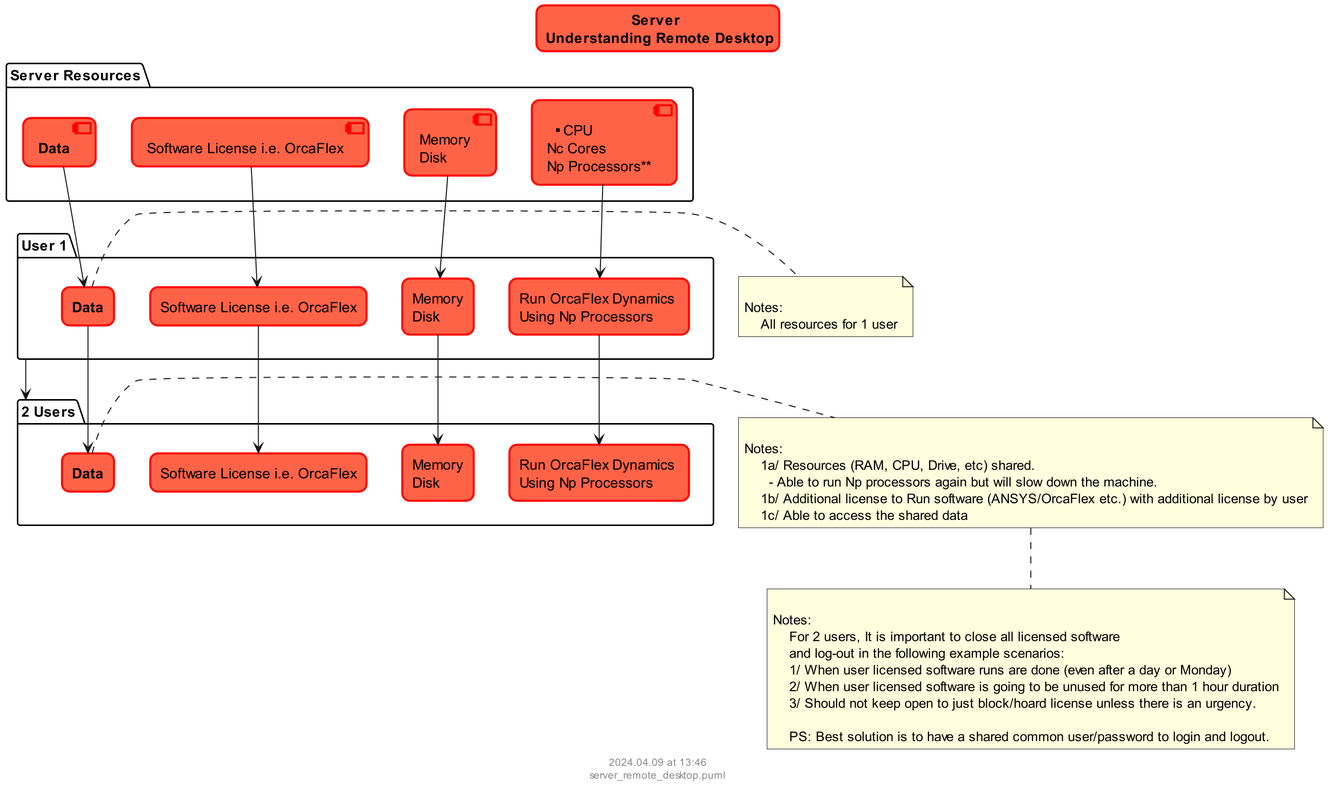
The PlantUML diagram docs/sub_hardware/server_remote_desktop.png in vamseeachanta/utilities, before a commit.
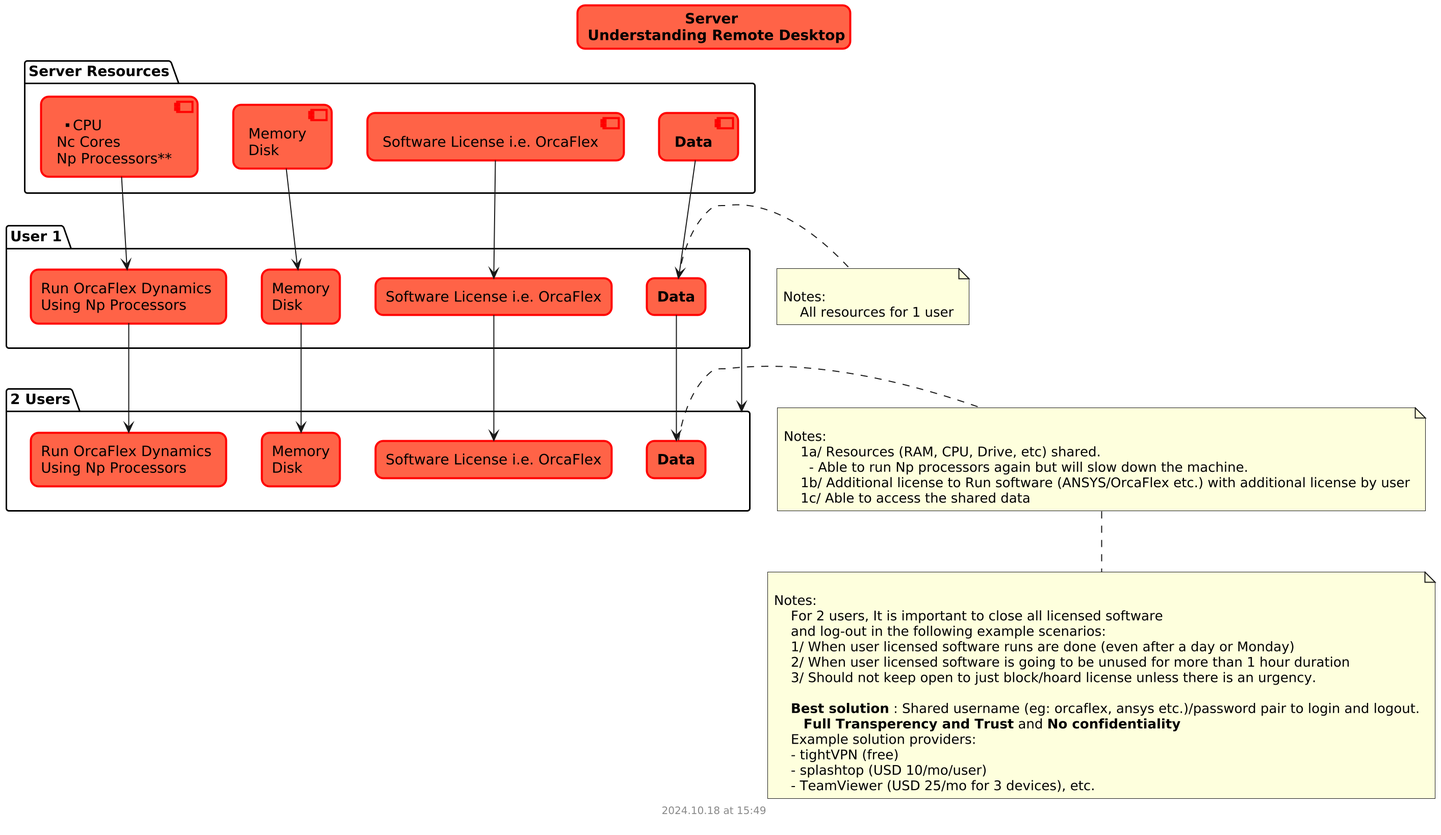
After the commit.

Diff of the diagram source:
```diff
@@ -1,5 +1,4 @@
-@startuml server_remote_desktop
-
+@startuml
 scale 2
 skinparam titleBorderRoundCorner 15
 skinparam titleBorderThickness 2
@@ -65,7 +64,12 @@
         2/ When user licensed software is going to be unused for more than 1 hour duration
         3/ Should not keep open to just block/hoard license unless there is an urgency.
 
-        PS: Best solution is to have a shared common user/password to login and logout.
+        **Best solution** : Shared username (eg: orcaflex, ansys etc.)/password pair to login and logout.
+           **Full Transperency and Trust** and **No confidentiality**
+        Example solution providers:
+        - tightVPN (free)
+        - splashtop (USD 10/mo/user)
+        - TeamViewer (USD 25/mo for 3 devices), etc.
 end note
 
 
@@ -73,5 +77,4 @@
 %date("yyyy.MM.dd' at 'HH:mm")
 %filename()
 end footer
-
 @enduml
```
